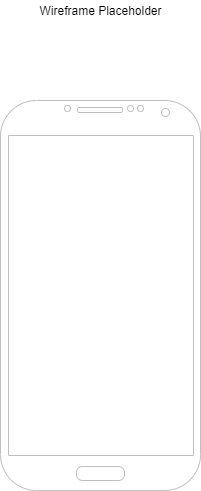
This is docs/img/wireframe.png from sound-doodle/sound-doodle.github.io, a draw.io export, as it was before one commit. Source tidied: cells renumbered, new cells last; positions are measured from the earlier drawing's top-left corner, leaving out a move shared by most shapes.
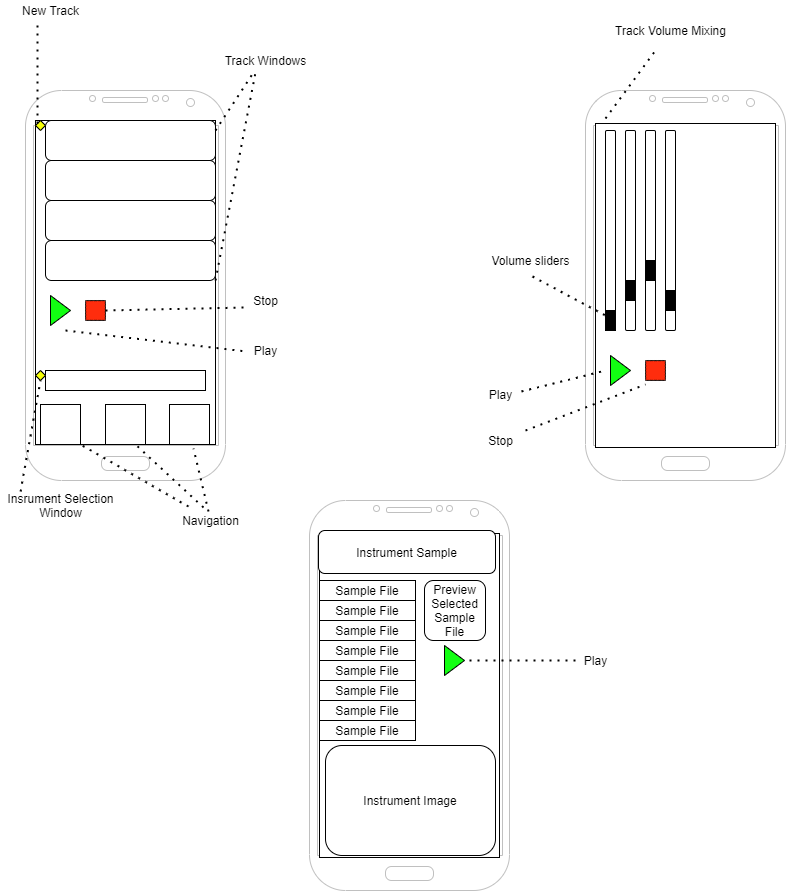
The same diagram one commit later.

Commit message:
Updated wireframe, png, and pdf. Updated wireframe links.

The edit, as a diff of the source:
```diff
@@ -3,10 +3,222 @@
     <mxCell id="0" />
     <mxCell id="1" parent="0" />
     <mxCell id="2" style="verticalLabelPosition=bottom;verticalAlign=top;html=1;shadow=0;dashed=0;strokeWidth=1;shape=mxgraph.android.phone2;strokeColor=#c0c0c0;" parent="1" vertex="1">
-      <mxGeometry y="100" width="200" height="390" as="geometry" />
+      <mxGeometry x="-290" y="80" width="200" height="390" as="geometry" />
     </mxCell>
-    <mxCell id="3" value="Wireframe Placeholder" style="text;html=1;align=center;verticalAlign=middle;strokeColor=none;" parent="1" vertex="1">
-      <mxGeometry x="30" width="140" height="20" as="geometry" />
+    <mxCell id="3" style="verticalLabelPosition=bottom;verticalAlign=top;html=1;shadow=0;dashed=0;strokeWidth=1;shape=mxgraph.android.phone2;strokeColor=#c0c0c0;" parent="1" vertex="1">
+      <mxGeometry x="270" y="80" width="200" height="390" as="geometry" />
     </mxCell>
+    <mxCell id="4" style="rounded=0;whiteSpace=wrap;html=1;" parent="1" vertex="1">
+      <mxGeometry x="-280" y="110" width="180" height="324" as="geometry" />
+    </mxCell>
+    <mxCell id="5" style="rounded=0;whiteSpace=wrap;html=1;" parent="1" vertex="1">
+      <mxGeometry x="280" y="113" width="180" height="324" as="geometry" />
+    </mxCell>
+    <mxCell id="6" style="rounded=1;whiteSpace=wrap;html=1;" parent="1" vertex="1">
+      <mxGeometry x="-270" y="110" width="170" height="40" as="geometry" />
+    </mxCell>
+    <mxCell id="7" style="rounded=1;whiteSpace=wrap;html=1;" parent="1" vertex="1">
+      <mxGeometry x="-270" y="150" width="170" height="40" as="geometry" />
+    </mxCell>
+    <mxCell id="8" style="rounded=1;whiteSpace=wrap;html=1;" parent="1" vertex="1">
+      <mxGeometry x="-270" y="190" width="170" height="40" as="geometry" />
+    </mxCell>
+    <mxCell id="9" style="rounded=1;whiteSpace=wrap;html=1;" parent="1" vertex="1">
+      <mxGeometry x="-270" y="230" width="170" height="40" as="geometry" />
+    </mxCell>
+    <mxCell id="10" style="rhombus;whiteSpace=wrap;html=1;fillColor=#F7FF08;" parent="1" vertex="1">
+      <mxGeometry x="-280" y="110" width="10" height="10" as="geometry" />
+    </mxCell>
+    <mxCell id="11" style="verticalLabelPosition=bottom;verticalAlign=top;html=1;shape=mxgraph.basic.acute_triangle;dx=0.5;fillColor=#12FF12;rotation=90;" parent="1" vertex="1">
+      <mxGeometry x="-270" y="290" width="30" height="20" as="geometry" />
+    </mxCell>
+    <mxCell id="12" style="whiteSpace=wrap;html=1;shape=mxgraph.basic.cloud_rect;fillColor=#FF2D0D;" parent="1" vertex="1">
+      <mxGeometry x="-230" y="290" width="20" height="20" as="geometry" />
+    </mxCell>
+    <mxCell id="13" style="rounded=0;whiteSpace=wrap;html=1;fillColor=#FFFFFF;" parent="1" vertex="1">
+      <mxGeometry x="-270" y="360" width="160" height="20" as="geometry" />
+    </mxCell>
+    <mxCell id="14" style="whiteSpace=wrap;html=1;fillColor=#FFFFFF;" parent="1" vertex="1">
+      <mxGeometry x="-275" y="394" width="40" height="40" as="geometry" />
+    </mxCell>
+    <mxCell id="15" style="whiteSpace=wrap;html=1;fillColor=#FFFFFF;" parent="1" vertex="1">
+      <mxGeometry x="-146" y="394" width="40" height="40" as="geometry" />
+    </mxCell>
+    <mxCell id="16" style="whiteSpace=wrap;html=1;fillColor=#FFFFFF;" parent="1" vertex="1">
+      <mxGeometry x="-210" y="394" width="40" height="40" as="geometry" />
+    </mxCell>
+    <mxCell id="17" value="New Track" style="text;html=1;align=center;verticalAlign=middle;strokeColor=none;" parent="1" vertex="1">
+      <mxGeometry x="-300" y="-10" width="70" height="20" as="geometry" />
+    </mxCell>
+    <mxCell id="18" value="Track Windows" style="text;html=1;align=center;verticalAlign=middle;points=[];strokeColor=none;" parent="1" vertex="1">
+      <mxGeometry x="-100" y="40" width="100" height="20" as="geometry" />
+    </mxCell>
+    <mxCell id="19" value="Play" style="text;html=1;align=center;verticalAlign=middle;points=[];strokeColor=none;" parent="1" vertex="1">
+      <mxGeometry x="-70" y="330" width="40" height="20" as="geometry" />
+    </mxCell>
+    <mxCell id="20" value="Stop" style="text;html=1;align=center;verticalAlign=middle;points=[];strokeColor=none;" parent="1" vertex="1">
+      <mxGeometry x="-70" y="280" width="40" height="20" as="geometry" />
+    </mxCell>
+    <mxCell id="21" style="endArrow=none;dashed=1;html=1;dashPattern=1 3;strokeWidth=2;entryX=-0.025;entryY=0.85;entryDx=0;entryDy=0;entryPerimeter=0;" parent="1" edge="1" target="20">
+      <mxGeometry relative="1" as="geometry">
+        <mxPoint x="-210" y="300" as="sourcePoint" />
+      </mxGeometry>
+    </mxCell>
+    <mxCell id="22" style="endArrow=none;dashed=1;html=1;dashPattern=1 3;strokeWidth=2;entryX=0.025;entryY=0.55;entryDx=0;entryDy=0;entryPerimeter=0;" parent="1" edge="1" target="19">
+      <mxGeometry relative="1" as="geometry">
+        <mxPoint x="-250" y="320" as="sourcePoint" />
+      </mxGeometry>
+    </mxCell>
+    <mxCell id="23" style="rhombus;whiteSpace=wrap;html=1;fillColor=#F7FF08;" parent="1" vertex="1">
+      <mxGeometry x="-280" y="360" width="10" height="10" as="geometry" />
+    </mxCell>
+    <mxCell id="24" value="Insrument Selection&lt;br&gt;Window" style="text;html=1;align=center;verticalAlign=middle;points=[];strokeColor=none;" parent="1" vertex="1">
+      <mxGeometry x="-315" y="480" width="120" height="30" as="geometry" />
+    </mxCell>
+    <mxCell id="25" style="endArrow=none;dashed=1;html=1;dashPattern=1 3;strokeWidth=2;exitX=0.167;exitY=0.033;exitDx=0;exitDy=0;exitPerimeter=0;" parent="1" edge="1" source="24">
+      <mxGeometry relative="1" as="geometry">
+        <mxPoint x="-275" y="370" as="targetPoint" />
+      </mxGeometry>
+    </mxCell>
+    <mxCell id="26" value="Navigation" style="text;html=1;align=center;verticalAlign=middle;points=[];strokeColor=none;" parent="1" vertex="1">
+      <mxGeometry x="-140" y="500" width="70" height="20" as="geometry" />
+    </mxCell>
+    <mxCell id="27" style="endArrow=none;dashed=1;html=1;dashPattern=1 3;strokeWidth=2;entryX=0.25;entryY=1;entryDx=0;entryDy=0;exitX=0.186;exitY=-0.2;exitDx=0;exitDy=0;exitPerimeter=0;" parent="1" edge="1" source="26" target="4">
+      <mxGeometry relative="1" as="geometry" />
+    </mxCell>
+    <mxCell id="28" style="endArrow=none;dashed=1;html=1;dashPattern=1 3;strokeWidth=2;entryX=0.75;entryY=1;entryDx=0;entryDy=0;exitX=0.4;exitY=-0.15;exitDx=0;exitDy=0;exitPerimeter=0;" parent="1" edge="1" source="26" target="16">
+      <mxGeometry relative="1" as="geometry" />
+    </mxCell>
+    <mxCell id="29" style="endArrow=none;dashed=1;html=1;dashPattern=1 3;strokeWidth=2;entryX=0.84;entryY=0.918;entryDx=0;entryDy=0;exitX=0.186;exitY=-0.2;exitDx=0;exitDy=0;exitPerimeter=0;entryPerimeter=0;" parent="1" edge="1" target="2">
+      <mxGeometry relative="1" as="geometry">
+        <mxPoint x="-107" y="501" as="sourcePoint" />
+      </mxGeometry>
+    </mxCell>
+    <mxCell id="30" style="endArrow=none;dashed=1;html=1;dashPattern=1 3;strokeWidth=2;exitX=0.167;exitY=0.033;exitDx=0;exitDy=0;exitPerimeter=0;" parent="1" edge="1">
+      <mxGeometry relative="1" as="geometry">
+        <mxPoint x="-100" y="270" as="sourcePoint" />
+        <mxPoint x="-60" y="62" as="targetPoint" />
+      </mxGeometry>
+    </mxCell>
+    <mxCell id="31" style="endArrow=none;dashed=1;html=1;dashPattern=1 3;strokeWidth=2;exitX=1;exitY=0.25;exitDx=0;exitDy=0;entryX=0.38;entryY=1.1;entryDx=0;entryDy=0;entryPerimeter=0;" parent="1" edge="1" source="6" target="18">
+      <mxGeometry relative="1" as="geometry" />
+    </mxCell>
+    <mxCell id="32" style="endArrow=none;dashed=1;html=1;dashPattern=1 3;strokeWidth=2;exitX=1;exitY=0.25;exitDx=0;exitDy=0;" parent="1" edge="1">
+      <mxGeometry relative="1" as="geometry">
+        <mxPoint x="-278" y="113" as="sourcePoint" />
+        <mxPoint x="-278" y="15" as="targetPoint" />
+      </mxGeometry>
+    </mxCell>
+    <mxCell id="33" style="rounded=1;whiteSpace=wrap;html=1;fillColor=#FFFFFF;" parent="1" vertex="1">
+      <mxGeometry x="290" y="120" width="10" height="200" as="geometry" />
+    </mxCell>
+    <mxCell id="34" style="rounded=1;whiteSpace=wrap;html=1;fillColor=#FFFFFF;" parent="1" vertex="1">
+      <mxGeometry x="310" y="120" width="10" height="200" as="geometry" />
+    </mxCell>
+    <mxCell id="35" style="rounded=1;whiteSpace=wrap;html=1;fillColor=#FFFFFF;" parent="1" vertex="1">
+      <mxGeometry x="330" y="120" width="10" height="200" as="geometry" />
+    </mxCell>
+    <mxCell id="36" style="rounded=1;whiteSpace=wrap;html=1;fillColor=#FFFFFF;" parent="1" vertex="1">
+      <mxGeometry x="350" y="120" width="10" height="200" as="geometry" />
+    </mxCell>
+    <mxCell id="37" value="Track Volume Mixing" style="text;html=1;align=center;verticalAlign=middle;strokeColor=none;" parent="1" vertex="1">
+      <mxGeometry x="290" y="10" width="130" height="20" as="geometry" />
+    </mxCell>
+    <mxCell id="38" style="endArrow=none;dashed=1;html=1;dashPattern=1 3;strokeWidth=2;exitX=1;exitY=0.25;exitDx=0;exitDy=0;" parent="1" edge="1">
+      <mxGeometry relative="1" as="geometry">
+        <mxPoint x="290" y="108" as="sourcePoint" />
+        <mxPoint x="340" y="40" as="targetPoint" />
+      </mxGeometry>
+    </mxCell>
+    <mxCell id="39" style="shape=process;whiteSpace=wrap;html=1;backgroundOutline=1;fillColor=#000000;" parent="1" vertex="1">
+      <mxGeometry x="290" y="300" width="10" height="20" as="geometry" />
+    </mxCell>
+    <mxCell id="40" style="shape=process;whiteSpace=wrap;html=1;backgroundOutline=1;fillColor=#000000;" parent="1" vertex="1">
+      <mxGeometry x="310" y="270" width="10" height="20" as="geometry" />
+    </mxCell>
+    <mxCell id="41" style="shape=process;whiteSpace=wrap;html=1;backgroundOutline=1;fillColor=#000000;" parent="1" vertex="1">
+      <mxGeometry x="350" y="280" width="10" height="20" as="geometry" />
+    </mxCell>
+    <mxCell id="42" style="shape=process;whiteSpace=wrap;html=1;backgroundOutline=1;fillColor=#000000;" parent="1" vertex="1">
+      <mxGeometry x="330" y="250" width="10" height="20" as="geometry" />
+    </mxCell>
+    <mxCell id="43" value="Volume sliders" style="text;html=1;align=center;verticalAlign=middle;points=[];strokeColor=none;" parent="1" vertex="1">
+      <mxGeometry x="170" y="240" width="90" height="20" as="geometry" />
+    </mxCell>
+    <mxCell id="44" style="endArrow=none;dashed=1;html=1;dashPattern=1 3;strokeWidth=2;exitX=0.522;exitY=1.3;exitDx=0;exitDy=0;exitPerimeter=0;entryX=0.2;entryY=0.93;entryDx=0;entryDy=0;entryPerimeter=0;" parent="1" edge="1" source="43" target="33">
+      <mxGeometry relative="1" as="geometry" />
+    </mxCell>
+    <mxCell id="45" style="verticalLabelPosition=bottom;verticalAlign=top;html=1;shadow=0;dashed=0;strokeWidth=1;shape=mxgraph.android.phone2;strokeColor=#c0c0c0;" parent="1" vertex="1">
+      <mxGeometry x="-6" y="490" width="200" height="390" as="geometry" />
+    </mxCell>
+    <mxCell id="46" style="rounded=0;whiteSpace=wrap;html=1;" parent="1" vertex="1">
+      <mxGeometry x="4" y="523" width="180" height="324" as="geometry" />
+    </mxCell>
+    <mxCell id="47" value="Sample File" style="rounded=0;whiteSpace=wrap;html=1;fillColor=#FFFFFF;" parent="1" vertex="1">
+      <mxGeometry x="4" y="710" width="96" height="20" as="geometry" />
+    </mxCell>
+    <mxCell id="48" value="Sample File" style="rounded=0;whiteSpace=wrap;html=1;fillColor=#FFFFFF;" parent="1" vertex="1">
+      <mxGeometry x="4" y="570" width="96" height="20" as="geometry" />
+    </mxCell>
+    <mxCell id="49" value="Sample File" style="rounded=0;whiteSpace=wrap;html=1;fillColor=#FFFFFF;" parent="1" vertex="1">
+      <mxGeometry x="4" y="590" width="96" height="20" as="geometry" />
+    </mxCell>
+    <mxCell id="50" value="Sample File" style="rounded=0;whiteSpace=wrap;html=1;fillColor=#FFFFFF;" parent="1" vertex="1">
+      <mxGeometry x="4" y="610" width="96" height="20" as="geometry" />
+    </mxCell>
+    <mxCell id="51" value="Sample File" style="rounded=0;whiteSpace=wrap;html=1;fillColor=#FFFFFF;" parent="1" vertex="1">
+      <mxGeometry x="4" y="630" width="96" height="20" as="geometry" />
+    </mxCell>
+    <mxCell id="52" value="Sample File" style="rounded=0;whiteSpace=wrap;html=1;fillColor=#FFFFFF;" parent="1" vertex="1">
+      <mxGeometry x="4" y="650" width="96" height="20" as="geometry" />
+    </mxCell>
+    <mxCell id="53" value="Sample File" style="rounded=0;whiteSpace=wrap;html=1;fillColor=#FFFFFF;" parent="1" vertex="1">
+      <mxGeometry x="4" y="670" width="96" height="20" as="geometry" />
+    </mxCell>
+    <mxCell id="54" value="Sample File" style="rounded=0;whiteSpace=wrap;html=1;fillColor=#FFFFFF;" parent="1" vertex="1">
+      <mxGeometry x="4" y="690" width="96" height="20" as="geometry" />
+    </mxCell>
+    <mxCell id="55" value="Instrument Sample" style="rounded=1;whiteSpace=wrap;html=1;fillColor=#FFFFFF;" parent="1" vertex="1">
+      <mxGeometry x="3" y="520" width="177" height="43" as="geometry" />
+    </mxCell>
+    <mxCell id="56" value="Instrument Image" style="rounded=1;whiteSpace=wrap;html=1;fillColor=#FFFFFF;" parent="1" vertex="1">
+      <mxGeometry x="10" y="735" width="170" height="110" as="geometry" />
+    </mxCell>
+    <mxCell id="57" value="Preview&lt;br&gt;Selected&lt;br&gt;Sample&lt;br&gt;File" style="rounded=1;whiteSpace=wrap;html=1;fillColor=#FFFFFF;" parent="1" vertex="1">
+      <mxGeometry x="109" y="570" width="61" height="60" as="geometry" />
+    </mxCell>
+    <mxCell id="58" style="verticalLabelPosition=bottom;verticalAlign=top;html=1;shape=mxgraph.basic.acute_triangle;dx=0.5;fillColor=#12FF12;rotation=90;" parent="1" vertex="1">
+      <mxGeometry x="124" y="640" width="30" height="20" as="geometry" />
+    </mxCell>
+    <mxCell id="59" style="verticalLabelPosition=bottom;verticalAlign=top;html=1;shape=mxgraph.basic.acute_triangle;dx=0.5;fillColor=#12FF12;rotation=90;" parent="1" vertex="1">
+      <mxGeometry x="290" y="350" width="30" height="20" as="geometry" />
+    </mxCell>
+    <mxCell id="60" style="whiteSpace=wrap;html=1;shape=mxgraph.basic.cloud_rect;fillColor=#FF2D0D;" parent="1" vertex="1">
+      <mxGeometry x="330" y="350" width="20" height="20" as="geometry" />
+    </mxCell>
+    <mxCell id="61" value="Play" style="text;html=1;align=center;verticalAlign=middle;points=[];strokeColor=none;" parent="1" vertex="1">
+      <mxGeometry x="260" y="640" width="40" height="20" as="geometry" />
+    </mxCell>
+    <mxCell id="62" style="endArrow=none;dashed=1;html=1;dashPattern=1 3;strokeWidth=2;" parent="1" edge="1" target="61">
+      <mxGeometry relative="1" as="geometry">
+        <mxPoint x="154" y="650" as="sourcePoint" />
+      </mxGeometry>
+    </mxCell>
+    <mxCell id="63" value="Play" style="text;html=1;align=center;verticalAlign=middle;points=[];strokeColor=none;" parent="1" vertex="1">
+      <mxGeometry x="165" y="374" width="40" height="20" as="geometry" />
+    </mxCell>
+    <mxCell id="64" value="Stop" style="text;html=1;align=center;verticalAlign=middle;points=[];strokeColor=none;" parent="1" vertex="1">
+      <mxGeometry x="165" y="420" width="40" height="20" as="geometry" />
+    </mxCell>
+    <mxCell id="65" style="endArrow=none;dashed=1;html=1;dashPattern=1 3;strokeWidth=2;exitX=1.025;exitY=0.35;exitDx=0;exitDy=0;exitPerimeter=0;" parent="1" edge="1" source="63">
+      <mxGeometry relative="1" as="geometry">
+        <mxPoint x="290" y="360" as="targetPoint" />
+      </mxGeometry>
+    </mxCell>
+    <mxCell id="66" style="endArrow=none;dashed=1;html=1;dashPattern=1 3;strokeWidth=2;exitX=1.125;exitY=0;exitDx=0;exitDy=0;exitPerimeter=0;" parent="1" edge="1" source="64">
+      <mxGeometry relative="1" as="geometry">
+        <mxPoint x="330" y="374" as="targetPoint" />
+      </mxGeometry>
+    </mxCell>
   </root>
 </mxGraphModel>
```
